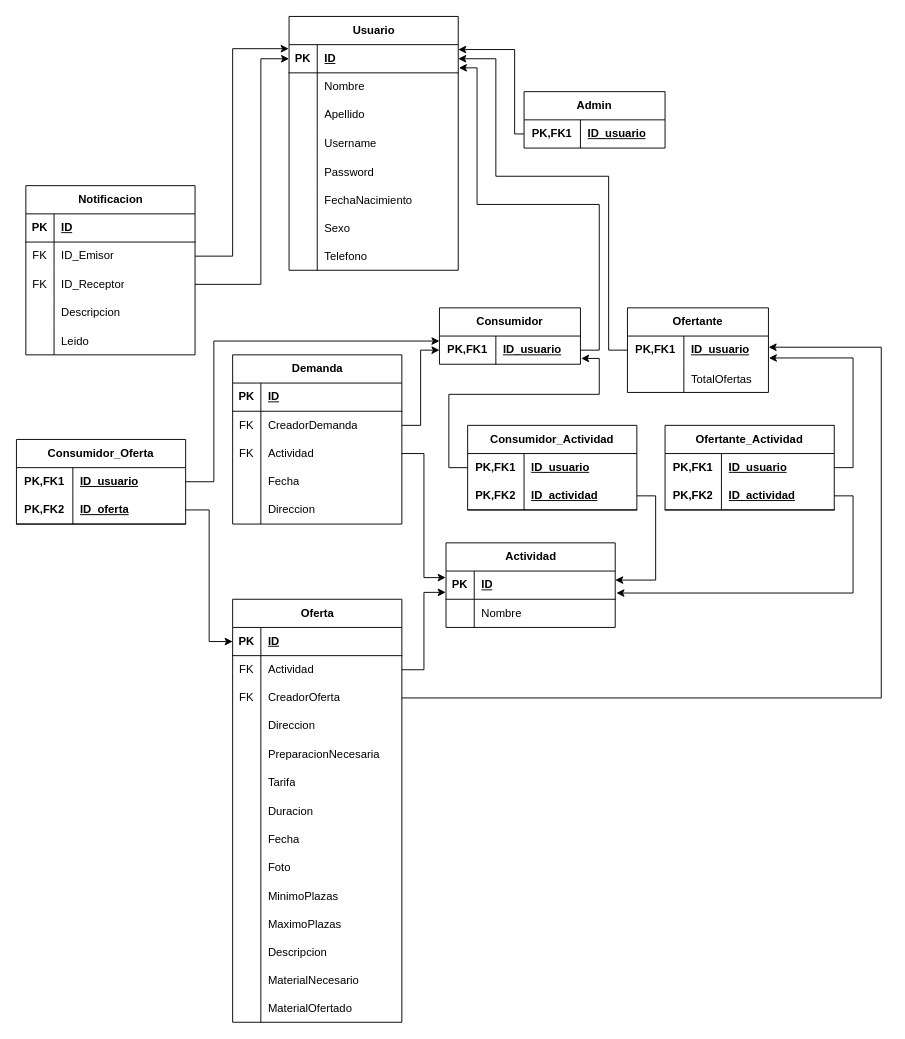
Before: Docs/Modelo relacional.drawio in jospinred/proyecto-integrado, a draw.io diagram. Source tidied: cells renumbered, new cells numbered last; positions are measured from the earlier drawing's top-left corner, leaving out a move shared by most shapes. Both pictures are drawn from the tidied source at 94%, with x=0, y=0 at pixel (16, 16).
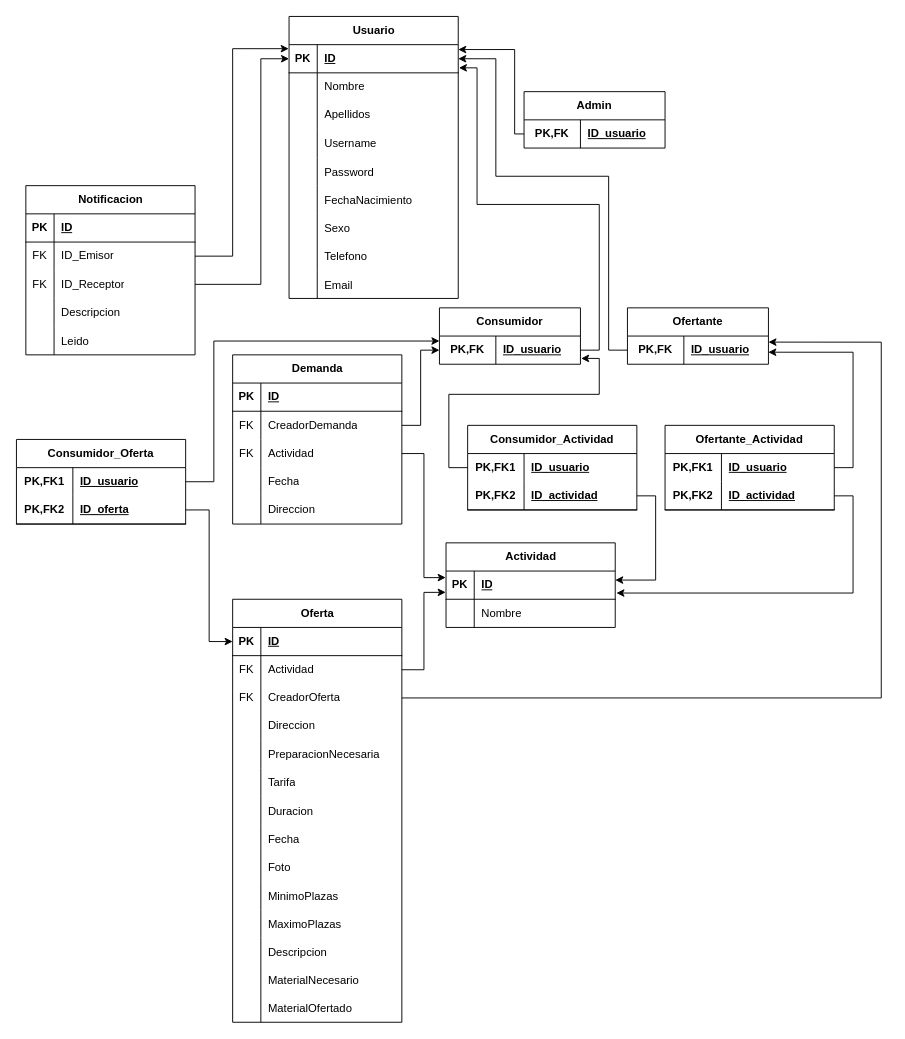
Above is the later version.

The change refers to these unchanged cells:
```xml
<mxCell id="9" style="shape=tableRow;horizontal=0;startSize=0;swimlaneHead=0;swimlaneBody=0;fillColor=none;top=0;left=0;right=0;bottom=0;" parent="2" vertex="1">
  <mxGeometry y="90" width="180" height="30" as="geometry" />
</mxCell>
<mxCell id="57" style="shape=tableRow;horizontal=0;startSize=0;swimlaneHead=0;swimlaneBody=0;fillColor=none;points=[[0,0.5],[1,0.5]];portConstraint=eastwest;top=0;left=0;right=0;bottom=0;" parent="50" vertex="1">
  <mxGeometry y="90" width="180" height="30" as="geometry" />
</mxCell>
<mxCell id="126" style="shape=tableRow;horizontal=0;startSize=0;swimlaneHead=0;swimlaneBody=0;fillColor=none;points=[[0,0.5],[1,0.5]];portConstraint=eastwest;top=0;left=0;right=0;bottom=0;html=1;" parent="125" vertex="1">
  <mxGeometry y="30" width="150" height="30" as="geometry" />
</mxCell>
<mxCell id="130" style="shape=tableRow;horizontal=0;startSize=0;swimlaneHead=0;swimlaneBody=0;fillColor=none;points=[[0,0.5],[1,0.5]];portConstraint=eastwest;top=0;left=0;right=0;bottom=0;html=1;" parent="129" vertex="1">
  <mxGeometry y="30" width="150" height="30" as="geometry" />
</mxCell>
<mxCell id="142" style="shape=tableRow;horizontal=0;startSize=0;swimlaneHead=0;swimlaneBody=0;fillColor=none;points=[[0,0.5],[1,0.5]];portConstraint=eastwest;top=0;left=0;right=0;bottom=0;html=1;" parent="141" vertex="1">
  <mxGeometry y="30" width="180" height="30" as="geometry" />
</mxCell>
<mxCell id="152" style="shape=tableRow;horizontal=0;startSize=0;swimlaneHead=0;swimlaneBody=0;fillColor=none;points=[[0,0.5],[1,0.5]];portConstraint=eastwest;top=0;left=0;right=0;bottom=0;html=1;" parent="151" vertex="1">
  <mxGeometry y="30" width="150" height="30" as="geometry" />
</mxCell>
```

Change to the diagram source:
```diff
@@
     <mxCell id="2" value="Usuario" style="shape=table;startSize=30;childLayout=tableLayout;rowLines=0;fontStyle=1;align=center;html=1;" parent="1" vertex="1">
-      <mxGeometry x="290" width="180" height="270" as="geometry" />
+      <mxGeometry x="290" width="180" height="300" as="geometry" />
     </mxCell>
@@
-    <mxCell id="11" value="Apellido" style="shape=partialRectangle;fillColor=none;top=0;left=0;bottom=0;right=0;align=left;spacingLeft=6;overflow=hidden;whiteSpace=wrap;html=1;" parent="9" vertex="1">
+    <mxCell id="11" value="Apellidos" style="shape=partialRectangle;fillColor=none;top=0;left=0;bottom=0;right=0;align=left;spacingLeft=6;overflow=hidden;whiteSpace=wrap;html=1;" parent="9" vertex="1">
       <mxGeometry x="30" width="150" height="30" as="geometry" />
     </mxCell>
@@
+    <mxCell id="160" style="shape=tableRow;horizontal=0;startSize=0;swimlaneHead=0;swimlaneBody=0;fillColor=none;top=0;left=0;right=0;bottom=0;" parent="2" vertex="1">
+      <mxGeometry y="270" width="180" height="30" as="geometry" />
+    </mxCell>
+    <mxCell id="161" style="shape=partialRectangle;fillColor=none;top=0;left=0;bottom=0;right=0;overflow=hidden;" parent="160" vertex="1">
+      <mxGeometry width="30" height="30" as="geometry" />
+    </mxCell>
+    <mxCell id="162" value="Email" style="shape=partialRectangle;fillColor=none;top=0;left=0;bottom=0;right=0;align=left;spacingLeft=6;overflow=hidden;" parent="160" vertex="1">
+      <mxGeometry x="30" width="150" height="30" as="geometry" />
+    </mxCell>
@@
-    <mxCell id="127" value="PK,FK1" style="shape=partialRectangle;fillColor=none;top=0;left=0;bottom=0;right=0;fontStyle=1;overflow=hidden;html=1;whiteSpace=wrap;" parent="126" vertex="1">
+    <mxCell id="127" value="PK,FK" style="shape=partialRectangle;fillColor=none;top=0;left=0;bottom=0;right=0;fontStyle=1;overflow=hidden;html=1;whiteSpace=wrap;" parent="126" vertex="1">
       <mxGeometry width="60" height="30" as="geometry" />
     </mxCell>
@@
     <mxCell id="129" value="Ofertante" style="shape=table;startSize=30;childLayout=tableLayout;rowLines=0;fontStyle=1;align=center;html=1;whiteSpace=wrap;" parent="1" vertex="1">
-      <mxGeometry x="650" y="310" width="150" height="90" as="geometry" />
+      <mxGeometry x="650" y="310" width="150" height="60" as="geometry" />
     </mxCell>
@@
-    <mxCell id="131" value="PK,FK1" style="shape=partialRectangle;fillColor=none;top=0;left=0;bottom=0;right=0;fontStyle=1;overflow=hidden;html=1;whiteSpace=wrap;" parent="130" vertex="1">
+    <mxCell id="131" value="PK,FK" style="shape=partialRectangle;fillColor=none;top=0;left=0;bottom=0;right=0;fontStyle=1;overflow=hidden;html=1;whiteSpace=wrap;" parent="130" vertex="1">
       <mxGeometry width="60" height="30" as="geometry" />
     </mxCell>
@@
-    <mxCell id="133" style="shape=tableRow;horizontal=0;startSize=0;swimlaneHead=0;swimlaneBody=0;fillColor=none;top=0;left=0;right=0;bottom=0;" parent="129" vertex="1">
-      <mxGeometry y="60" width="150" height="30" as="geometry" />
-    </mxCell>
-    <mxCell id="134" style="shape=partialRectangle;fillColor=none;top=0;left=0;bottom=0;right=0;overflow=hidden;" parent="133" vertex="1">
-      <mxGeometry width="60" height="30" as="geometry" />
-    </mxCell>
-    <mxCell id="135" value="TotalOfertas" style="shape=partialRectangle;fillColor=none;top=0;left=0;bottom=0;right=0;align=left;spacingLeft=6;overflow=hidden;" parent="133" vertex="1">
-      <mxGeometry x="60" width="90" height="30" as="geometry" />
-    </mxCell>
@@
-    <mxCell id="148" style="edgeStyle=orthogonalEdgeStyle;rounded=0;jettySize=auto;html=1;entryX=1.003;entryY=0.777;entryDx=0;entryDy=0;entryPerimeter=0;" parent="1" edge="1" source="142" target="130">
+    <mxCell id="148" style="edgeStyle=orthogonalEdgeStyle;rounded=0;jettySize=auto;html=1;entryX=0.999;entryY=0.573;entryDx=0;entryDy=0;entryPerimeter=0;" parent="1" edge="1" source="142" target="130">
       <mxGeometry relative="1" as="geometry">
         <Array as="points">
           <mxPoint x="890" y="480" />
-          <mxPoint x="890" y="363" />
+          <mxPoint x="890" y="357" />
+          <mxPoint x="800" y="357" />
         </Array>
       </mxGeometry>
     </mxCell>
@@
-    <mxCell id="153" value="PK,FK1" style="shape=partialRectangle;fillColor=none;top=0;left=0;bottom=0;right=0;fontStyle=1;overflow=hidden;html=1;whiteSpace=wrap;" parent="152" vertex="1">
+    <mxCell id="153" value="PK,FK" style="shape=partialRectangle;fillColor=none;top=0;left=0;bottom=0;right=0;fontStyle=1;overflow=hidden;html=1;whiteSpace=wrap;" parent="152" vertex="1">
       <mxGeometry width="60" height="30" as="geometry" />
     </mxCell>
@@
-    <mxCell id="158" style="edgeStyle=orthogonalEdgeStyle;rounded=0;jettySize=auto;html=1;entryX=1.001;entryY=0.396;entryDx=0;entryDy=0;entryPerimeter=0;" parent="1" edge="1" source="57" target="130">
+    <mxCell id="158" style="edgeStyle=orthogonalEdgeStyle;rounded=0;jettySize=auto;html=1;entryX=1;entryY=0.215;entryDx=0;entryDy=0;entryPerimeter=0;" parent="1" edge="1" source="57" target="130">
       <mxGeometry relative="1" as="geometry">
         <Array as="points">
           <mxPoint x="920" y="725" />
-          <mxPoint x="920" y="352" />
+          <mxPoint x="920" y="346" />
+          <mxPoint x="800" y="346" />
         </Array>
       </mxGeometry>
     </mxCell>
```
